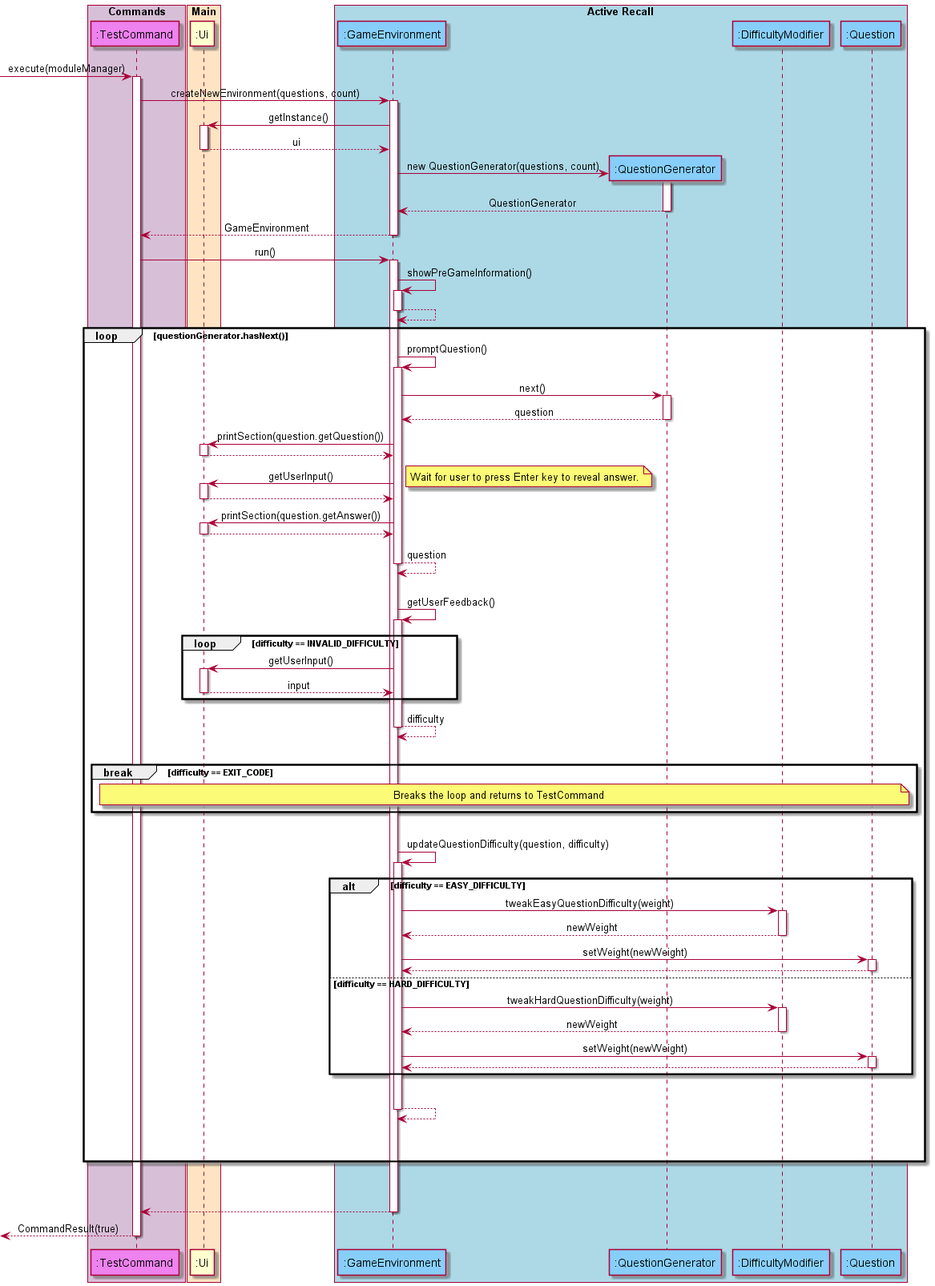
Above: docs/attachments/ActiveRecallSequenceDiagram.png in nus-cs2113-AY2122S1/tp (PlantUML), before the change.
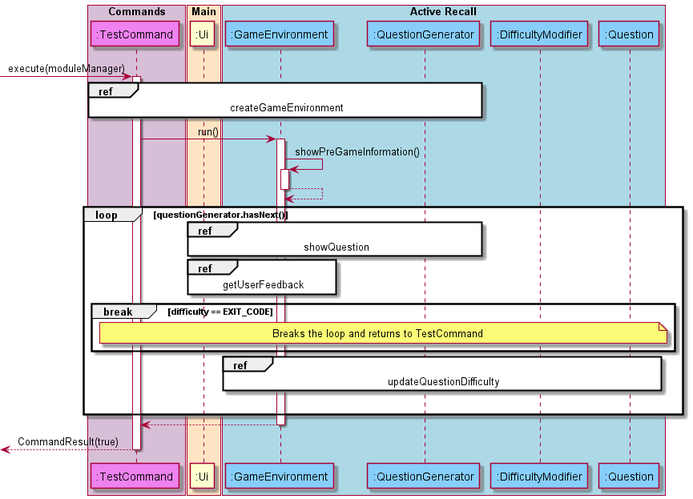
The same file after the commit.

The edit, as a diff of the source:
```diff
@@ -17,16 +17,7 @@
 
 -> TestCommand : execute(moduleManager)
 activate TestCommand
-TestCommand -> GameEnvironment : createNewEnvironment(questions, count)
-activate GameEnvironment
-  GameEnvironment -> Ui : getInstance()
-  activate Ui
-  return ui
-  create QuestionGenerator
-  GameEnvironment -> QuestionGenerator : new QuestionGenerator(questions, count)
-  activate QuestionGenerator
-  return QuestionGenerator
-return GameEnvironment
+ref over TestCommand, GameEnvironment, QuestionGenerator : createGameEnvironment
 
 TestCommand -> GameEnvironment : run()
 activate GameEnvironment
@@ -34,62 +25,14 @@
   activate GameEnvironment
   return
   loop questionGenerator.hasNext()
-    GameEnvironment -> GameEnvironment : promptQuestion()
-    activate GameEnvironment
-      GameEnvironment -> QuestionGenerator : next()
-      activate QuestionGenerator
-      return question
-      GameEnvironment -> Ui : printSection(question.getQuestion())
-      activate Ui
-      return
-      GameEnvironment -> Ui : getUserInput()
-      note right: Wait for user to press Enter key to reveal answer.
-      activate Ui
-      return
-      GameEnvironment -> Ui : printSection(question.getAnswer())
-      activate Ui
-      return
-    return question
-    |||
-    GameEnvironment -> GameEnvironment : getUserFeedback()
-    activate GameEnvironment
-      loop difficulty == INVALID_DIFFICULTY
-      GameEnvironment -> Ui : getUserInput()
-      activate Ui
-      return input
-      end
-    return difficulty
-    |||
+    ref over Ui, GameEnvironment, QuestionGenerator : showQuestion
+    ref over Ui, GameEnvironment : getUserFeedback
     break difficulty == EXIT_CODE
       note across: Breaks the loop and returns to TestCommand
     end
-    |||
-    GameEnvironment -> GameEnvironment : updateQuestionDifficulty(question, difficulty)
-    activate GameEnvironment
-      alt difficulty == EASY_DIFFICULTY
-        GameEnvironment -> DifficultyModifier : tweakEasyQuestionDifficulty(weight)
-        activate DifficultyModifier
-        return newWeight
-
-        GameEnvironment -> Question : setWeight(newWeight)
-        activate Question
-        return
-      else difficulty == HARD_DIFFICULTY
-        GameEnvironment -> DifficultyModifier : tweakHardQuestionDifficulty(weight)
-        activate DifficultyModifier
-        return newWeight
-
-        GameEnvironment -> Question : setWeight(newWeight)
-        activate Question
-        return
-      end
-      |||
-    return
-    |||
+    ref over GameEnvironment, DifficultyModifier, Question : updateQuestionDifficulty
     |||
   end
-  |||
-  |||
 return
 
 return CommandResult(true)
```
